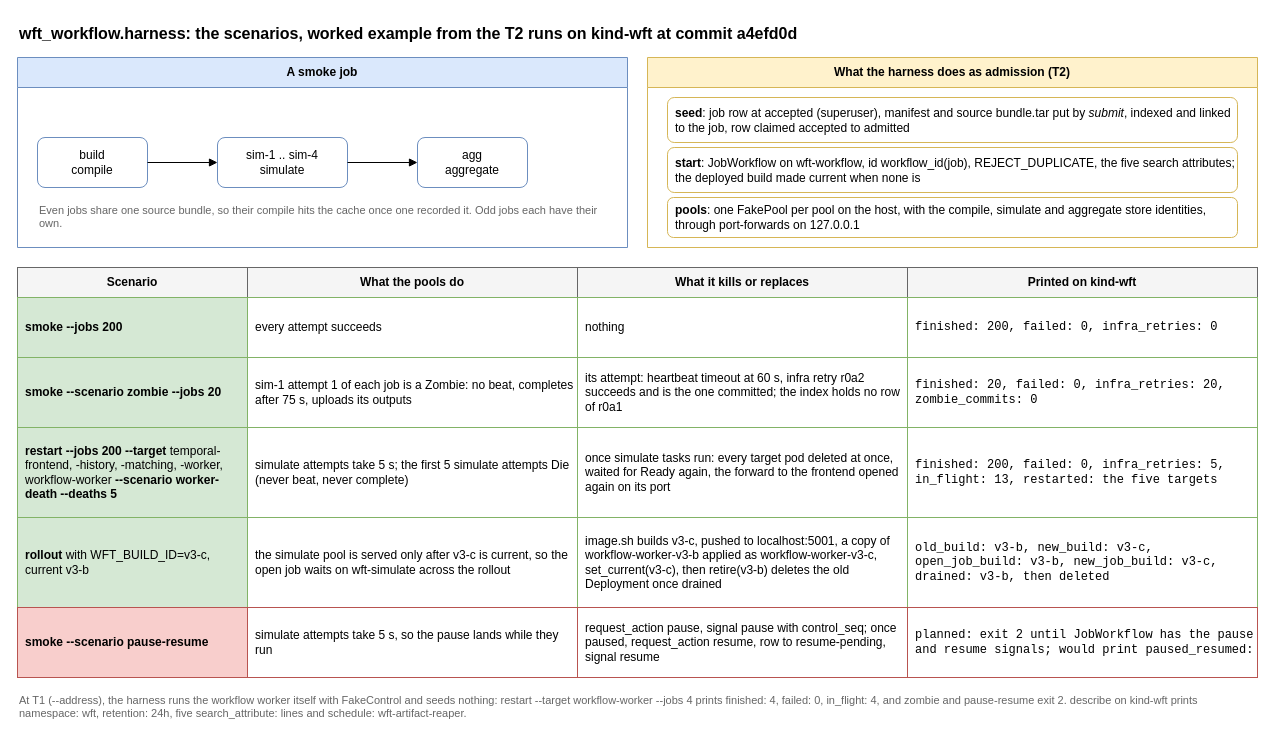
Earlier version of the draw.io diagram packages/workflow/harness.drawio (AndoNorth/disyard). Source tidied: cells renumbered, new cells numbered last; positions are measured from the earlier drawing's top-left corner, leaving out a move shared by most shapes. Both pictures are drawn from the tidied source at 100%, with x=0, y=0 at pixel (17, 17).
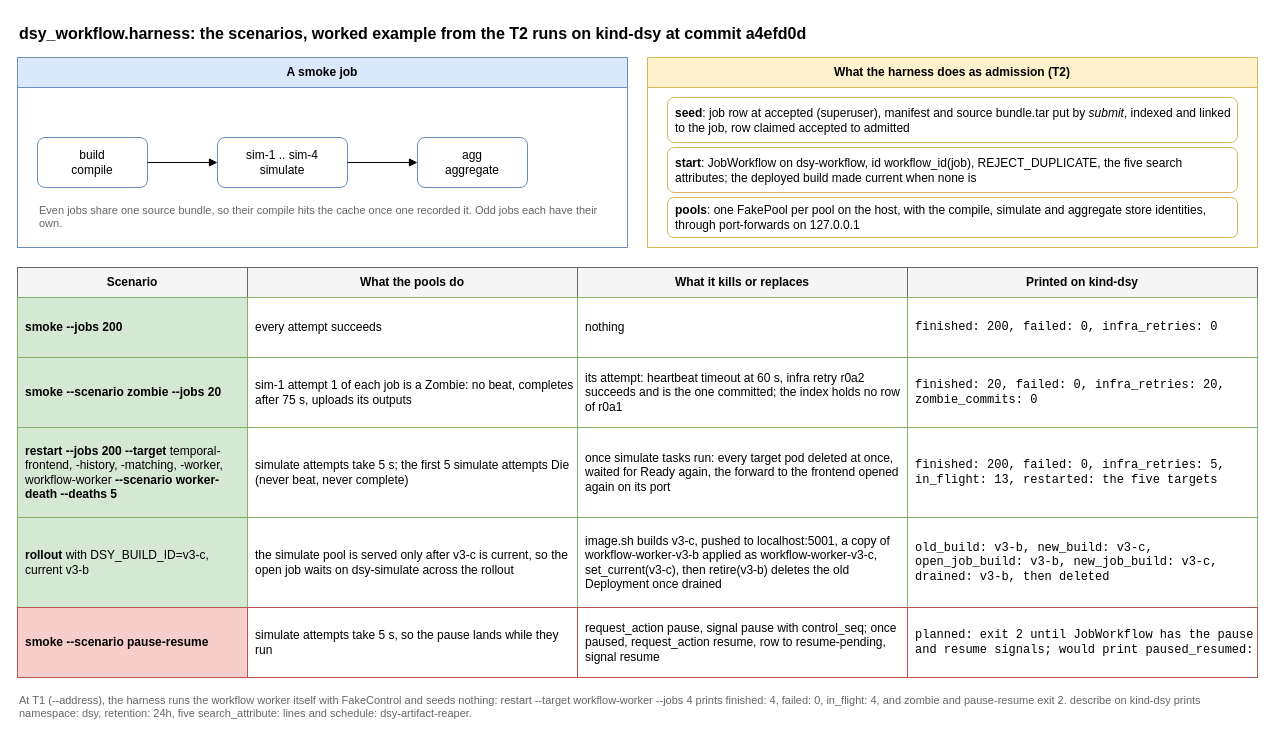
The same diagram, later.

The change refers to these unchanged cells:
```xml
<mxCell id="10" value="What the harness does as admission (T2)" style="swimlane;startSize=30;html=1;fillColor=#fff2cc;strokeColor=#d6b656;fontStyle=1;whiteSpace=wrap;" parent="1" vertex="1">
  <mxGeometry x="630" y="40" width="610" height="190" as="geometry" />
</mxCell>
```

The edit, as a diff of the source:
```diff
@@
-    <mxCell id="2" value="wft_workflow.harness: the scenarios, worked example from the T2 runs on kind-wft at commit a4efd0d" style="text;html=1;fontSize=16;fontStyle=1;align=left;" parent="1" vertex="1">
+    <mxCell id="2" value="dsy_workflow.harness: the scenarios, worked example from the T2 runs on kind-dsy at commit a4efd0d" style="text;html=1;fontSize=16;fontStyle=1;align=left;" parent="1" vertex="1">
       <mxGeometry width="1240" height="30" as="geometry" />
     </mxCell>
@@
-    <mxCell id="12" value="&lt;b&gt;start&lt;/b&gt;: JobWorkflow on wft-workflow, id workflow_id(job), REJECT_DUPLICATE, the five search attributes; the deployed build made current when none is" style="rounded=1;whiteSpace=wrap;html=1;fillColor=#ffffff;strokeColor=#d6b656;align=left;spacingLeft=6;" parent="10" vertex="1">
+    <mxCell id="12" value="&lt;b&gt;start&lt;/b&gt;: JobWorkflow on dsy-workflow, id workflow_id(job), REJECT_DUPLICATE, the five search attributes; the deployed build made current when none is" style="rounded=1;whiteSpace=wrap;html=1;fillColor=#ffffff;strokeColor=#d6b656;align=left;spacingLeft=6;" parent="10" vertex="1">
       <mxGeometry x="20" y="90" width="570" height="45" as="geometry" />
     </mxCell>
@@
-    <mxCell id="17" value="Printed on kind-wft" style="rounded=0;whiteSpace=wrap;html=1;fillColor=#f5f5f5;strokeColor=#666666;fontStyle=1;" parent="1" vertex="1">
+    <mxCell id="17" value="Printed on kind-dsy" style="rounded=0;whiteSpace=wrap;html=1;fillColor=#f5f5f5;strokeColor=#666666;fontStyle=1;" parent="1" vertex="1">
       <mxGeometry x="890" y="250" width="350" height="30" as="geometry" />
     </mxCell>
@@
-    <mxCell id="30" value="&lt;b&gt;rollout&lt;/b&gt; with WFT_BUILD_ID=v3-c, current v3-b" style="rounded=0;whiteSpace=wrap;html=1;fillColor=#d5e8d4;strokeColor=#82b366;align=left;spacingLeft=6;" parent="1" vertex="1">
+    <mxCell id="30" value="&lt;b&gt;rollout&lt;/b&gt; with DSY_BUILD_ID=v3-c, current v3-b" style="rounded=0;whiteSpace=wrap;html=1;fillColor=#d5e8d4;strokeColor=#82b366;align=left;spacingLeft=6;" parent="1" vertex="1">
       <mxGeometry y="500" width="230" height="90" as="geometry" />
     </mxCell>
-    <mxCell id="31" value="the simulate pool is served only after v3-c is current, so the open job waits on wft-simulate across the rollout" style="rounded=0;whiteSpace=wrap;html=1;fillColor=#ffffff;strokeColor=#82b366;align=left;spacingLeft=6;" parent="1" vertex="1">
+    <mxCell id="31" value="the simulate pool is served only after v3-c is current, so the open job waits on dsy-simulate across the rollout" style="rounded=0;whiteSpace=wrap;html=1;fillColor=#ffffff;strokeColor=#82b366;align=left;spacingLeft=6;" parent="1" vertex="1">
       <mxGeometry x="230" y="500" width="330" height="90" as="geometry" />
     </mxCell>
@@
-    <mxCell id="38" value="At T1 (--address), the harness runs the workflow worker itself with FakeControl and seeds nothing: restart --target workflow-worker --jobs 4 prints finished: 4, failed: 0, in_flight: 4, and zombie and pause-resume exit 2. describe on kind-wft prints namespace: wft, retention: 24h, five search_attribute: lines and schedule: wft-artifact-reaper." style="text;html=1;whiteSpace=wrap;align=left;fontSize=11;fontColor=#666666;" parent="1" vertex="1">
+    <mxCell id="38" value="At T1 (--address), the harness runs the workflow worker itself with FakeControl and seeds nothing: restart --target workflow-worker --jobs 4 prints finished: 4, failed: 0, in_flight: 4, and zombie and pause-resume exit 2. describe on kind-dsy prints namespace: dsy, retention: 24h, five search_attribute: lines and schedule: dsy-artifact-reaper." style="text;html=1;whiteSpace=wrap;align=left;fontSize=11;fontColor=#666666;" parent="1" vertex="1">
       <mxGeometry y="670" width="1240" height="40" as="geometry" />
     </mxCell>
```
